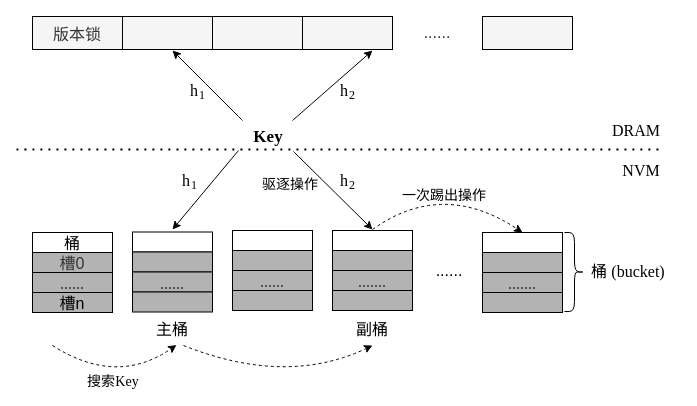
Earlier version of the draw.io diagram page "整体结构2" (22 of 22) of 毕业论文.drawio (HustDsy/Picture). Source tidied: cells renumbered, new cells numbered last; positions are measured from the earlier drawing's top-left corner, leaving out a move shared by most shapes. Both pictures are drawn from the tidied source at 100%, with x=0, y=0 at pixel (16, 16).
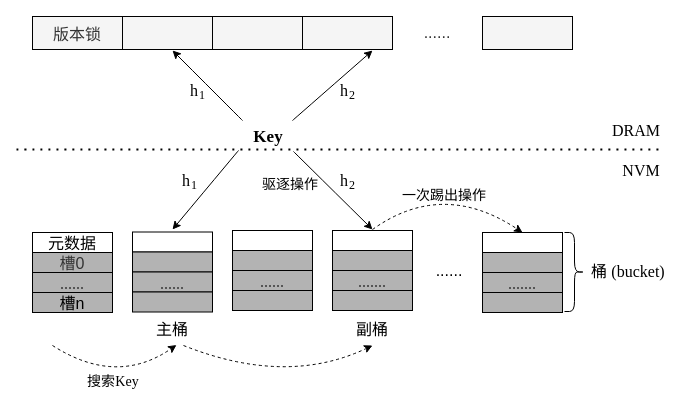
The same page after the edit.

The edit, as a diff of the source:
```diff
@@
-    <mxCell id="6" value="桶" style="rounded=0;fontSize=16;fontFamily=简宋;" parent="1" vertex="1">
+    <mxCell id="6" value="元数据" style="rounded=0;fontSize=16;fontFamily=简宋;" parent="1" vertex="1">
       <mxGeometry x="16" y="216" width="80" height="20" as="geometry" />
     </mxCell>
```
